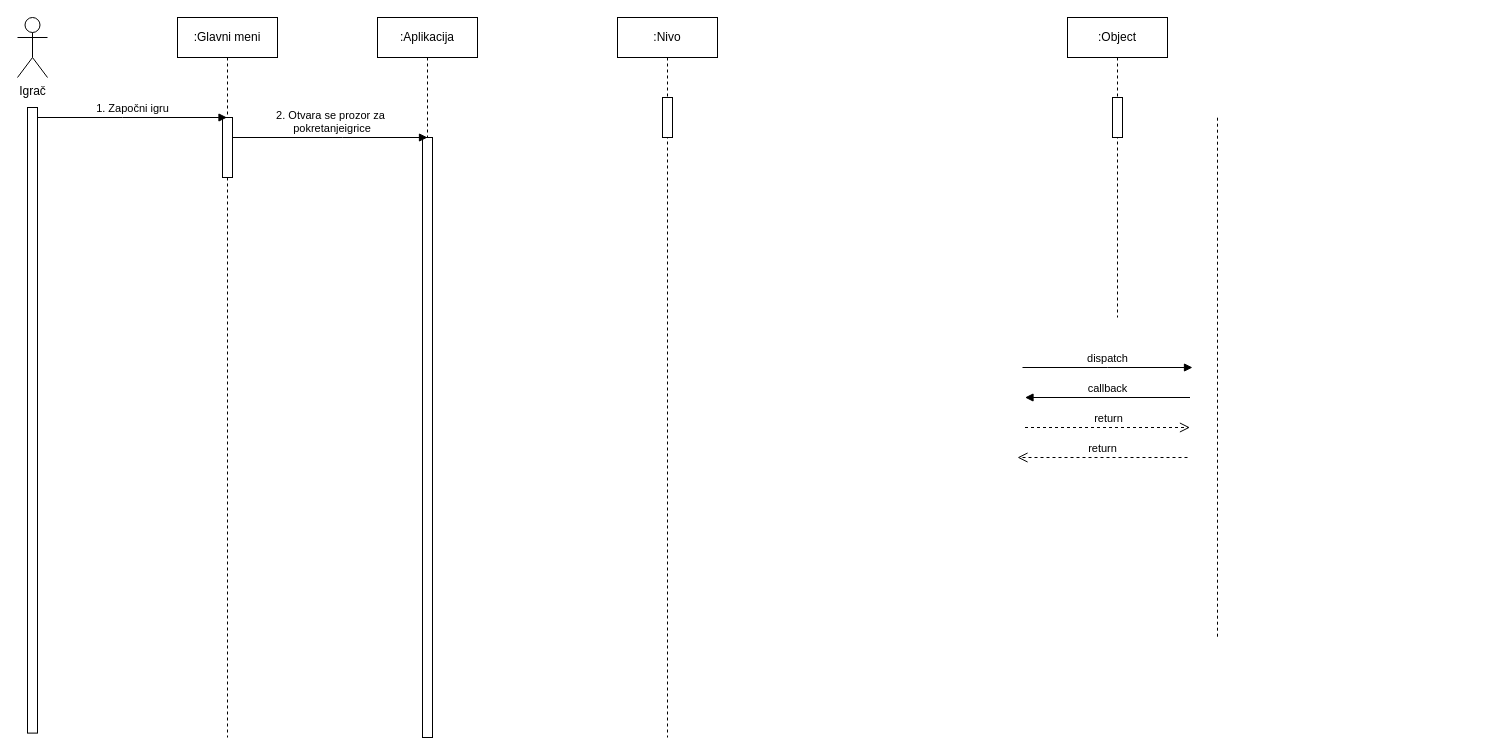
Before: vezbe/prvi_nivo.drawio in natasablagojevic/rs, a draw.io diagram. Source tidied: cells renumbered, new cells numbered last; positions are measured from the earlier drawing's top-left corner, leaving out a move shared by most shapes. Both pictures are drawn from the tidied source at 100%, with x=0, y=0 at pixel (-281, 17).
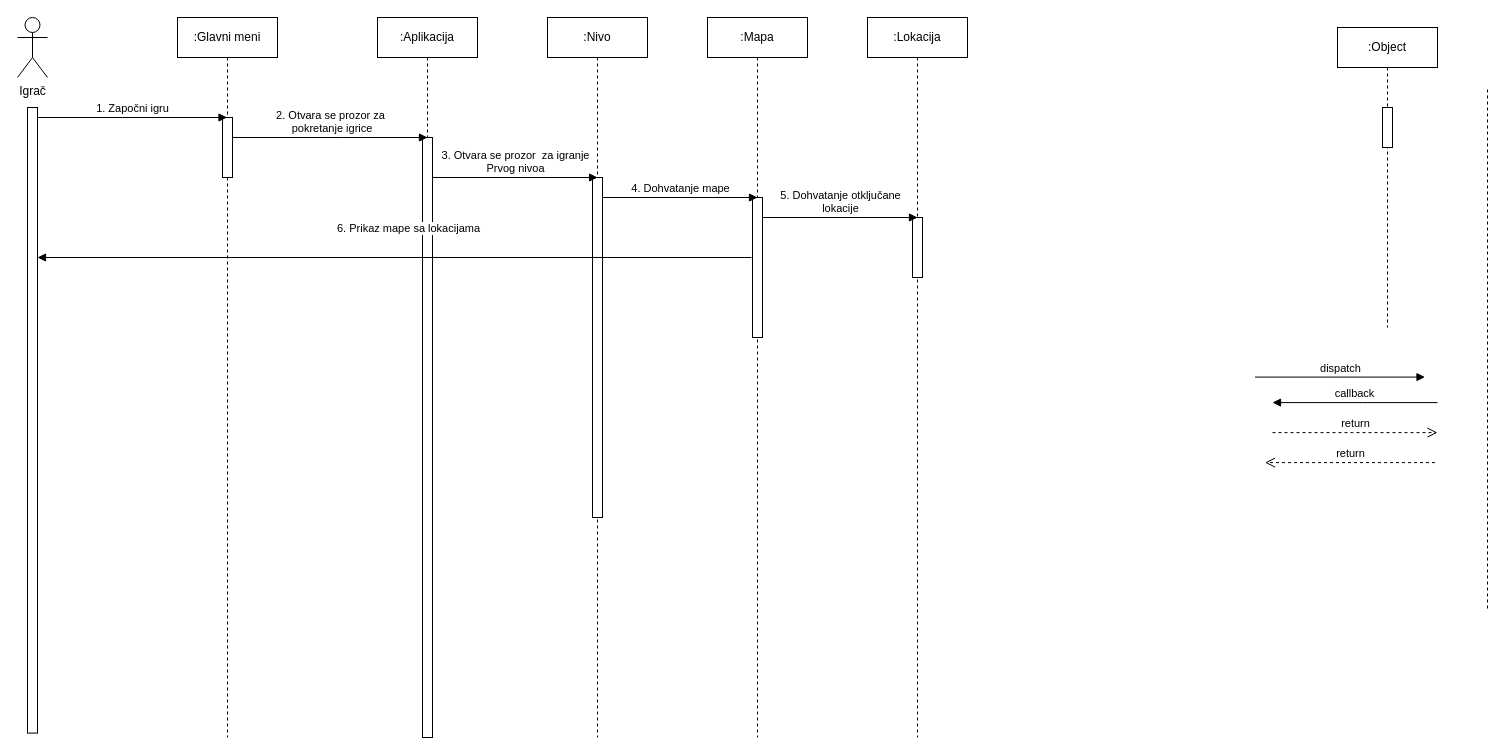
Above is the later version.

The change refers to these unchanged cells:
```xml
<mxCell id="10" style="rounded=0;whiteSpace=wrap;html=1;rotation=90;" parent="1" vertex="1">
  <mxGeometry x="0.2" y="397.8" width="625.6" height="10" as="geometry" />
</mxCell>
<mxCell id="12" style="html=1;points=[];perimeter=orthogonalPerimeter;outlineConnect=0;targetShapes=umlLifeline;portConstraint=eastwest;newEdgeStyle={&quot;edgeStyle&quot;:&quot;elbowEdgeStyle&quot;,&quot;elbow&quot;:&quot;vertical&quot;,&quot;curved&quot;:0,&quot;rounded&quot;:0};" parent="11" vertex="1">
  <mxGeometry x="45" y="100" width="10" height="60" as="geometry" />
</mxCell>
<mxCell id="14" style="html=1;points=[];perimeter=orthogonalPerimeter;outlineConnect=0;targetShapes=umlLifeline;portConstraint=eastwest;newEdgeStyle={&quot;edgeStyle&quot;:&quot;elbowEdgeStyle&quot;,&quot;elbow&quot;:&quot;vertical&quot;,&quot;curved&quot;:0,&quot;rounded&quot;:0};" parent="13" vertex="1">
  <mxGeometry x="45" y="120" width="10" height="600" as="geometry" />
</mxCell>
```

What changed in the source:
```diff
@@
     <mxCell id="2" value=":Object" style="shape=umlLifeline;perimeter=lifelinePerimeter;whiteSpace=wrap;html=1;newEdgeStyle={&quot;edgeStyle&quot;:&quot;elbowEdgeStyle&quot;,&quot;elbow&quot;:&quot;vertical&quot;,&quot;curved&quot;:0,&quot;rounded&quot;:0};" parent="1" vertex="1">
-      <mxGeometry x="1348" width="100" height="300" as="geometry" />
+      <mxGeometry x="1618" y="10" width="100" height="300" as="geometry" />
     </mxCell>
@@
     <mxCell id="4" value="dispatch" style="html=1;verticalAlign=bottom;endArrow=block;edgeStyle=elbowEdgeStyle;elbow=vertical;curved=0;rounded=0;" parent="1" edge="1">
       <mxGeometry relative="1" as="geometry">
-        <mxPoint x="1303" y="350" as="sourcePoint" />
-        <mxPoint x="1473" y="350" as="targetPoint" />
+        <mxPoint x="1535.5" y="359.6" as="sourcePoint" />
+        <mxPoint x="1705.5" y="359.6" as="targetPoint" />
         <Array as="points">
-          <mxPoint x="1388" y="350" />
+          <mxPoint x="1620.5" y="359.6" />
         </Array>
       </mxGeometry>
     </mxCell>
     <mxCell id="5" value="callback" style="html=1;verticalAlign=bottom;endArrow=block;edgeStyle=elbowEdgeStyle;elbow=vertical;curved=0;rounded=0;" parent="1" edge="1">
       <mxGeometry relative="1" as="geometry">
-        <mxPoint x="1470.5" y="380" as="sourcePoint" />
-        <mxPoint x="1305.5" y="380" as="targetPoint" />
+        <mxPoint x="1718" y="385.1" as="sourcePoint" />
+        <mxPoint x="1553" y="385.1" as="targetPoint" />
         <Array as="points">
-          <mxPoint x="1395.5" y="380" />
+          <mxPoint x="1643" y="385.1" />
         </Array>
       </mxGeometry>
     </mxCell>
     <mxCell id="6" value="return" style="html=1;verticalAlign=bottom;endArrow=open;dashed=1;endSize=8;edgeStyle=elbowEdgeStyle;elbow=vertical;curved=0;rounded=0;" parent="1" edge="1">
       <mxGeometry relative="1" as="geometry">
-        <mxPoint x="1305.5" y="410" as="sourcePoint" />
-        <mxPoint x="1470.5" y="410" as="targetPoint" />
+        <mxPoint x="1553" y="415.1" as="sourcePoint" />
+        <mxPoint x="1718" y="415.1" as="targetPoint" />
         <Array as="points">
-          <mxPoint x="1385.5" y="410" />
+          <mxPoint x="1633" y="415.1" />
         </Array>
       </mxGeometry>
     </mxCell>
     <mxCell id="7" value="return" style="html=1;verticalAlign=bottom;endArrow=open;dashed=1;endSize=8;edgeStyle=elbowEdgeStyle;elbow=vertical;curved=0;rounded=0;" parent="1" edge="1">
       <mxGeometry relative="1" as="geometry">
-        <mxPoint x="1468" y="440" as="sourcePoint" />
-        <mxPoint x="1298" y="440" as="targetPoint" />
+        <mxPoint x="1715.5" y="445.1" as="sourcePoint" />
+        <mxPoint x="1545.5" y="445.1" as="targetPoint" />
         <Array as="points">
-          <mxPoint x="1393" y="440" />
+          <mxPoint x="1640.5" y="445.1" />
         </Array>
       </mxGeometry>
     </mxCell>
@@
     <mxCell id="9" style="endArrow=none;dashed=1;html=1;rounded=0;" parent="1" edge="1">
       <mxGeometry relative="1" as="geometry">
-        <mxPoint x="1498" y="619.2" as="sourcePoint" />
-        <mxPoint x="1498" y="98.2" as="targetPoint" />
+        <mxPoint x="1768" y="591" as="sourcePoint" />
+        <mxPoint x="1768" y="70" as="targetPoint" />
       </mxGeometry>
     </mxCell>
@@
     <mxCell id="15" value=":Nivo" style="shape=umlLifeline;perimeter=lifelinePerimeter;whiteSpace=wrap;html=1;newEdgeStyle={&quot;edgeStyle&quot;:&quot;elbowEdgeStyle&quot;,&quot;elbow&quot;:&quot;vertical&quot;,&quot;curved&quot;:0,&quot;rounded&quot;:0};" parent="1" vertex="1">
-      <mxGeometry x="898" width="100" height="720" as="geometry" />
+      <mxGeometry x="828" width="100" height="720" as="geometry" />
     </mxCell>
     <mxCell id="16" style="html=1;points=[];perimeter=orthogonalPerimeter;outlineConnect=0;targetShapes=umlLifeline;portConstraint=eastwest;newEdgeStyle={&quot;edgeStyle&quot;:&quot;elbowEdgeStyle&quot;,&quot;elbow&quot;:&quot;vertical&quot;,&quot;curved&quot;:0,&quot;rounded&quot;:0};" parent="15" vertex="1">
-      <mxGeometry x="45" y="80" width="10" height="40" as="geometry" />
+      <mxGeometry x="45" y="160" width="10" height="340" as="geometry" />
     </mxCell>
@@
-    <mxCell id="18" value="&lt;div&gt;2. Otvara se prozor za&lt;/div&gt;&lt;div&gt;&amp;nbsp;pokretanjeigrice&lt;br&gt;&lt;/div&gt;" style="html=1;verticalAlign=bottom;endArrow=block;edgeStyle=elbowEdgeStyle;elbow=vertical;curved=0;rounded=0;" parent="1" edge="1" source="12">
+    <mxCell id="18" value="&lt;div&gt;2. Otvara se prozor za&lt;/div&gt;&lt;div&gt;&amp;nbsp;pokretanje igrice&lt;br&gt;&lt;/div&gt;" style="html=1;verticalAlign=bottom;endArrow=block;edgeStyle=elbowEdgeStyle;elbow=vertical;curved=0;rounded=0;" parent="1" edge="1" source="12">
       <mxGeometry x="0.01" relative="1" as="geometry">
         <mxPoint x="708" y="120" as="targetPoint" />
         <Array as="points">
           <mxPoint x="623" y="120" />
         </Array>
       </mxGeometry>
     </mxCell>
+    <mxCell id="19" value=":Mapa" style="shape=umlLifeline;perimeter=lifelinePerimeter;whiteSpace=wrap;html=1;newEdgeStyle={&quot;edgeStyle&quot;:&quot;elbowEdgeStyle&quot;,&quot;elbow&quot;:&quot;vertical&quot;,&quot;curved&quot;:0,&quot;rounded&quot;:0};" parent="1" vertex="1">
+      <mxGeometry x="988" width="100" height="720" as="geometry" />
+    </mxCell>
+    <mxCell id="20" style="html=1;points=[];perimeter=orthogonalPerimeter;outlineConnect=0;targetShapes=umlLifeline;portConstraint=eastwest;newEdgeStyle={&quot;edgeStyle&quot;:&quot;elbowEdgeStyle&quot;,&quot;elbow&quot;:&quot;vertical&quot;,&quot;curved&quot;:0,&quot;rounded&quot;:0};" parent="19" vertex="1">
+      <mxGeometry x="45" y="180" width="10" height="140" as="geometry" />
+    </mxCell>
+    <mxCell id="21" value="&lt;div&gt;3. Otvara se prozor&amp;nbsp; za igranje&lt;/div&gt;&lt;div&gt;Prvog nivoa&lt;br&gt;&lt;/div&gt;" style="html=1;verticalAlign=bottom;endArrow=block;edgeStyle=elbowEdgeStyle;elbow=vertical;curved=0;rounded=0;" parent="1" edge="1" source="14">
+      <mxGeometry relative="1" as="geometry">
+        <mxPoint x="878.1" y="159.9" as="targetPoint" />
+      </mxGeometry>
+    </mxCell>
+    <mxCell id="22" value=":Lokacija" style="shape=umlLifeline;perimeter=lifelinePerimeter;whiteSpace=wrap;html=1;newEdgeStyle={&quot;edgeStyle&quot;:&quot;elbowEdgeStyle&quot;,&quot;elbow&quot;:&quot;vertical&quot;,&quot;curved&quot;:0,&quot;rounded&quot;:0};" parent="1" vertex="1">
+      <mxGeometry x="1148" width="100" height="720" as="geometry" />
+    </mxCell>
+    <mxCell id="23" style="html=1;perimeter=orthogonalPerimeter;targetShapes=umlLifeline;newEdgeStyle={&quot;edgeStyle&quot;:&quot;elbowEdgeStyle&quot;,&quot;elbow&quot;:&quot;vertical&quot;,&quot;curved&quot;:0,&quot;rounded&quot;:0};" parent="22" vertex="1">
+      <mxGeometry x="45" y="200" width="10" height="60" as="geometry" />
+    </mxCell>
+    <mxCell id="24" value="4. Dohvatanje mape" style="html=1;verticalAlign=bottom;endArrow=block;edgeStyle=elbowEdgeStyle;elbow=vertical;curved=0;rounded=0;" parent="1" edge="1" source="16">
+      <mxGeometry relative="1" as="geometry">
+        <mxPoint x="1038" y="180" as="targetPoint" />
+      </mxGeometry>
+    </mxCell>
+    <mxCell id="25" value="&lt;div&gt;5. Dohvatanje otključane &lt;br&gt;&lt;/div&gt;&lt;div&gt;lokacije&lt;br&gt;&lt;/div&gt;" style="html=1;verticalAlign=bottom;endArrow=block;edgeStyle=elbowEdgeStyle;elbow=vertical;curved=0;rounded=0;" parent="1" edge="1" source="20">
+      <mxGeometry relative="1" as="geometry">
+        <mxPoint x="1198" y="200" as="targetPoint" />
+      </mxGeometry>
+    </mxCell>
+    <mxCell id="26" value="&lt;div&gt;6. Prikaz mape sa lokacijama&lt;br&gt;&lt;/div&gt;" style="html=1;verticalAlign=bottom;endArrow=block;edgeStyle=elbowEdgeStyle;elbow=vertical;curved=0;rounded=0;entryX=0.24;entryY=0.001;entryDx=0;entryDy=0;entryPerimeter=0;" parent="1" edge="1" target="10">
+      <mxGeometry x="-0.04" y="-20" relative="1" as="geometry">
+        <mxPoint x="1032" y="240" as="sourcePoint" />
+        <Array as="points">
+          <mxPoint x="1002" y="240" />
+        </Array>
+      </mxGeometry>
+    </mxCell>
```
